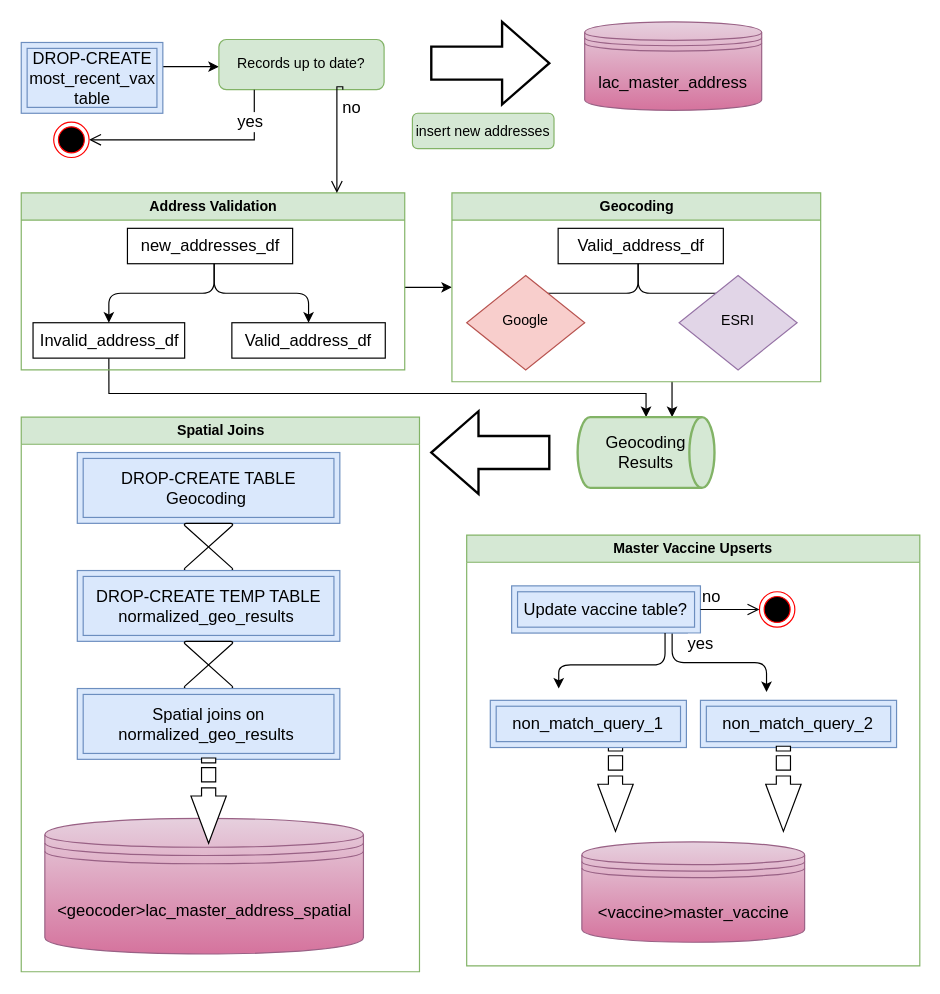
Primordial-Haggis/LA_county_vax_etl_workflow keeps this draw.io diagram as conolidated_address_pipeline.drawio. Above is the earlier version. Source tidied: cells renumbered, new cells numbered last; positions are measured from the earlier drawing's top-left corner, leaving out a move shared by most shapes. Both pictures are drawn from the tidied source at 118%, with x=0, y=0 at pixel (20, 21).
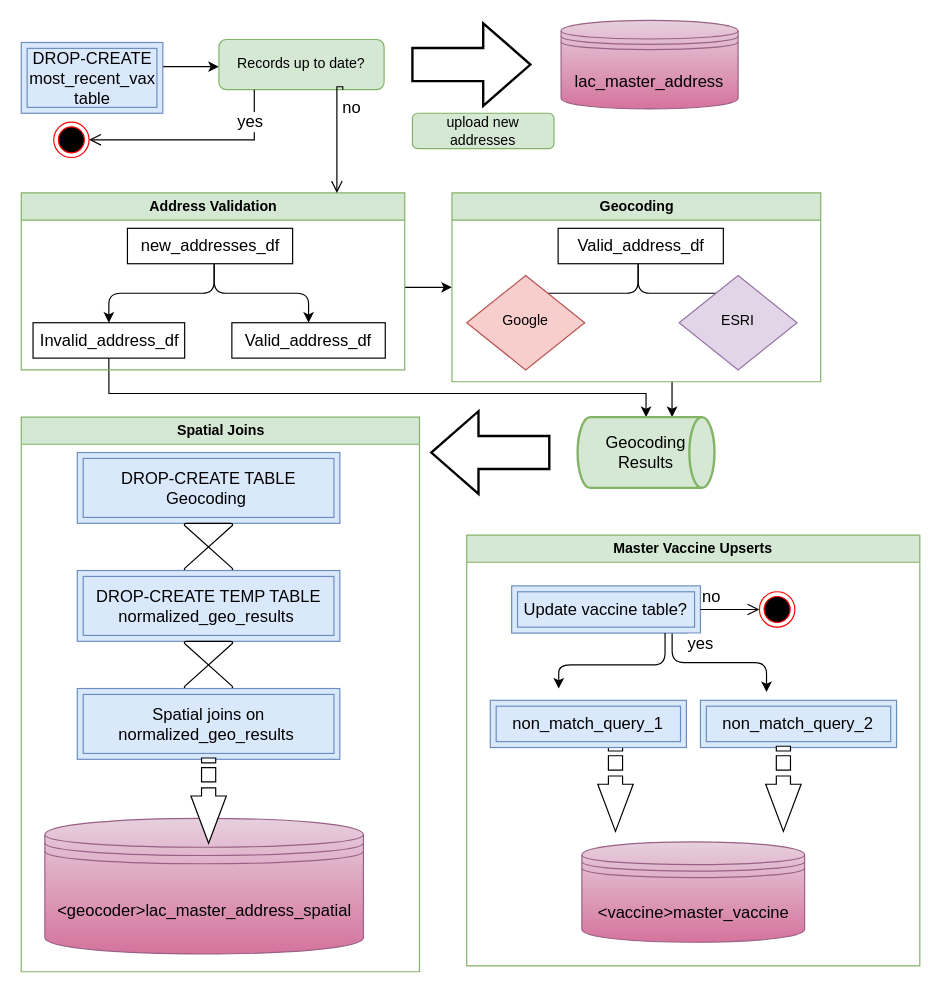
The same diagram, later.

Diff of the diagram source:
```diff
@@
-    <mxCell id="2" value="insert new addresses" style="rounded=1;whiteSpace=wrap;html=1;fontSize=12;glass=0;strokeWidth=1;shadow=0;fillColor=#d5e8d4;strokeColor=#82b366;" parent="1" vertex="1">
+    <mxCell id="2" value="upload new addresses" style="rounded=1;whiteSpace=wrap;html=1;fontSize=12;glass=0;strokeWidth=1;shadow=0;fillColor=#d5e8d4;strokeColor=#82b366;" parent="1" vertex="1">
       <mxGeometry x="332" y="77.5" width="120" height="30" as="geometry" />
     </mxCell>
     <mxCell id="3" value="&lt;font style=&quot;font-size: 14px;&quot;&gt;lac_master_address&lt;/font&gt;" style="shape=datastore;whiteSpace=wrap;html=1;fontSize=18;fontSize=20;fillColor=#e6d0de;gradientColor=#d5739d;strokeColor=#996185;" parent="1" vertex="1">
-      <mxGeometry x="478" width="150" height="75" as="geometry" />
+      <mxGeometry x="458" y="-1.2" width="150" height="75" as="geometry" />
     </mxCell>
@@
     <mxCell id="33" style="verticalLabelPosition=bottom;verticalAlign=top;html=1;strokeWidth=2;shape=mxgraph.arrows2.arrow;dy=0.6;dx=40;notch=0;fontSize=14;rotation=0;" parent="1" vertex="1">
-      <mxGeometry x="348" width="100" height="70" as="geometry" />
+      <mxGeometry x="332" y="1.2" width="100" height="70" as="geometry" />
     </mxCell>
```
